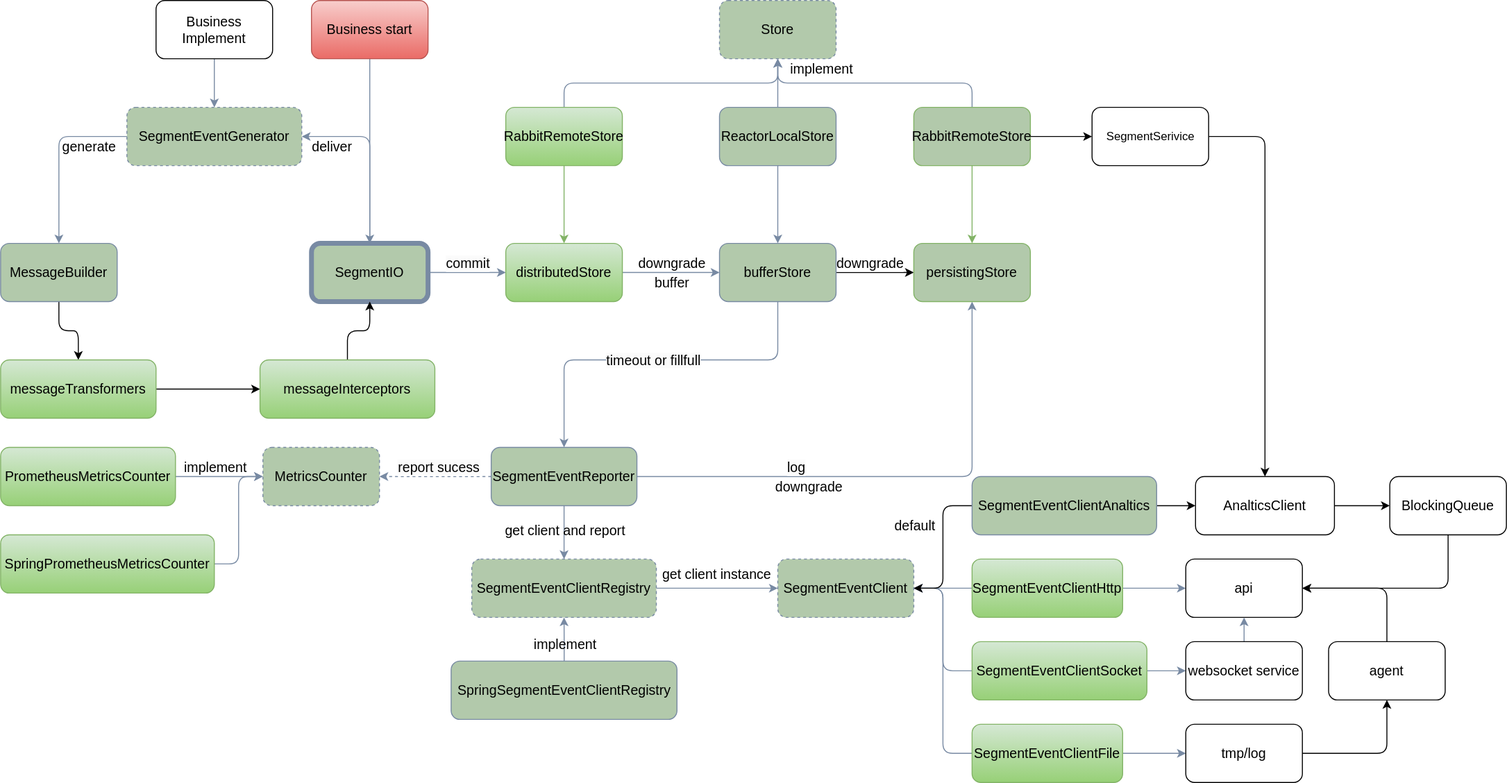
Earlier version of the draw.io export assets/SegmentEvent-V2.drawio.svg (sheldon-pacvue/segmenet-event). Source tidied: cells renumbered, new cells last; positions are measured from the earlier drawing's top-left corner, leaving out a move shared by most shapes.
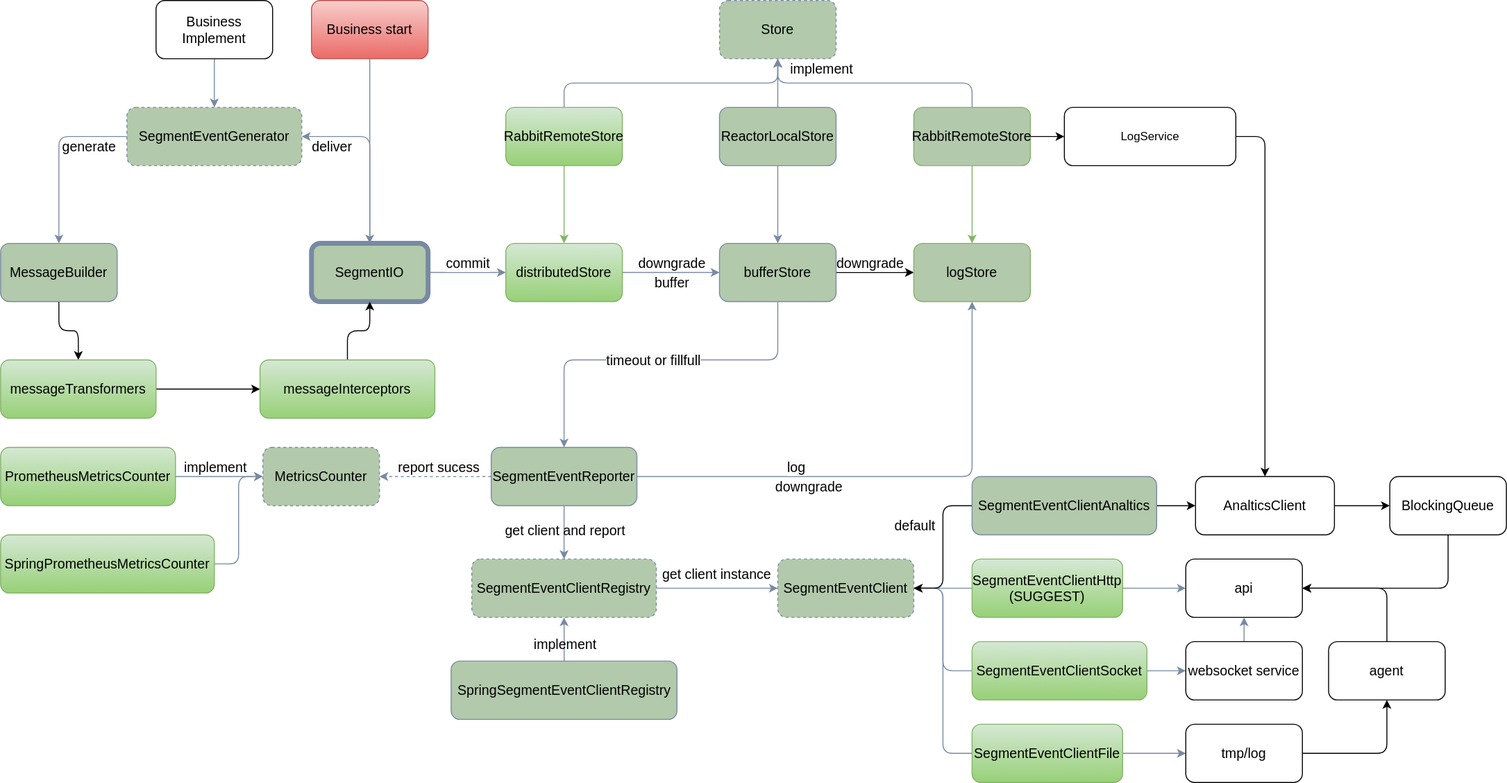
Above is the later version.

What changed in the source:
```diff
@@ -149,7 +149,7 @@
     <mxCell id="42" style="edgeStyle=orthogonalEdgeStyle;rounded=1;jettySize=auto;html=1;strokeColor=#788AA3;fontColor=#000000;fillColor=#B2C9AB;labelBackgroundColor=none;fontSize=14;" parent="1" edge="1" source="43" target="51">
       <mxGeometry relative="1" as="geometry" />
     </mxCell>
-    <mxCell id="43" value="SegmentEventClientHttp" style="rounded=1;whiteSpace=wrap;html=1;strokeColor=#82b366;fillColor=#d5e8d4;labelBackgroundColor=none;fontSize=14;gradientColor=#97d077;" parent="1" vertex="1">
+    <mxCell id="43" value="SegmentEventClientHttp&lt;br&gt;(SUGGEST)" style="rounded=1;whiteSpace=wrap;html=1;strokeColor=#82b366;fillColor=#d5e8d4;labelBackgroundColor=none;fontSize=14;gradientColor=#97d077;" parent="1" vertex="1">
       <mxGeometry x="1000" y="575" width="155" height="60" as="geometry" />
     </mxCell>
     <mxCell id="44" value="MetricsCounter" style="rounded=1;whiteSpace=wrap;html=1;strokeColor=#788AA3;fillColor=#B2C9AB;labelBackgroundColor=none;fontSize=14;dashed=1;fontColor=#000000;" parent="1" vertex="1">
@@ -234,7 +234,7 @@
     <mxCell id="69" value="RabbitRemoteStore" style="rounded=1;whiteSpace=wrap;html=1;strokeColor=#82b366;fillColor=#B2C9AB;labelBackgroundColor=none;fontSize=14;gradientColor=none;" parent="1" vertex="1">
       <mxGeometry x="940" y="110" width="120" height="60" as="geometry" />
     </mxCell>
-    <mxCell id="70" value="persistingStore" style="rounded=1;whiteSpace=wrap;html=1;strokeColor=#82b366;fillColor=#B2C9AB;labelBackgroundColor=none;fontSize=14;gradientColor=none;" parent="1" vertex="1">
+    <mxCell id="70" value="logStore" style="rounded=1;whiteSpace=wrap;html=1;strokeColor=#82b366;fillColor=#B2C9AB;labelBackgroundColor=none;fontSize=14;gradientColor=none;" parent="1" vertex="1">
       <mxGeometry x="940" y="250" width="120" height="60" as="geometry" />
     </mxCell>
     <mxCell id="71" style="edgeStyle=orthogonalEdgeStyle;rounded=1;jettySize=auto;html=1;exitX=0.5;exitY=0;exitDx=0;exitDy=0;entryX=0.5;entryY=1;entryDx=0;entryDy=0;labelBackgroundColor=none;strokeColor=#788AA3;fontColor=#000000;fontSize=14;" parent="1" edge="1" source="72" target="51">
@@ -283,8 +283,8 @@
     <mxCell id="84" style="edgeStyle=orthogonalEdgeStyle;rounded=1;jettySize=auto;html=1;entryX=0.5;entryY=0;entryDx=0;entryDy=0;exitX=1;exitY=0.5;exitDx=0;exitDy=0;" parent="1" edge="1" source="85" target="81">
       <mxGeometry relative="1" as="geometry" />
     </mxCell>
-    <mxCell id="85" value="SegmentSerivice" style="rounded=1;whiteSpace=wrap;html=1;" parent="1" vertex="1">
-      <mxGeometry x="1123.5" y="110" width="120" height="60" as="geometry" />
+    <mxCell id="85" value="LogService" style="rounded=1;whiteSpace=wrap;html=1;" parent="1" vertex="1">
+      <mxGeometry x="1095" y="110" width="176.5" height="60" as="geometry" />
     </mxCell>
     <mxCell id="86" style="edgeStyle=orthogonalEdgeStyle;rounded=1;jettySize=auto;html=1;" parent="1" edge="1" source="87" target="89">
       <mxGeometry relative="1" as="geometry" />
```
